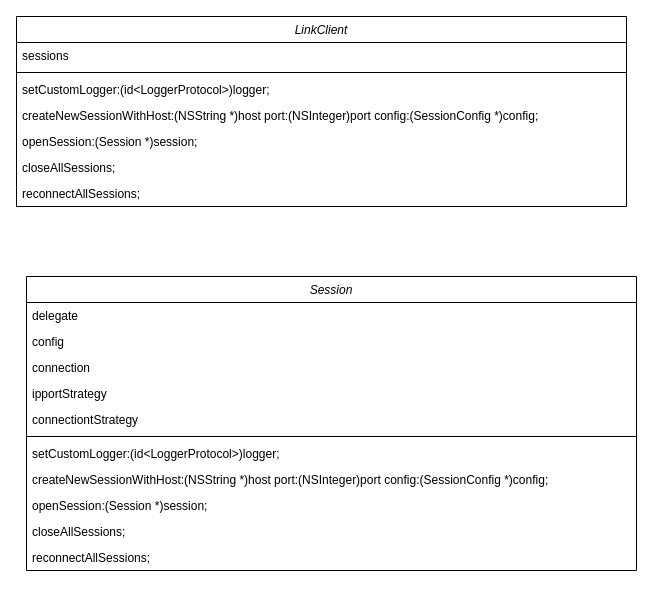
Above: Untitled Diagram.drawio in KyriosArk/mars (draw.io), before the change. Source tidied: cells renumbered, new cells numbered last; positions are measured from the earlier drawing's top-left corner, leaving out a move shared by most shapes. Both pictures are drawn from the tidied source at 100%, with x=0, y=0 at pixel (16, 16).
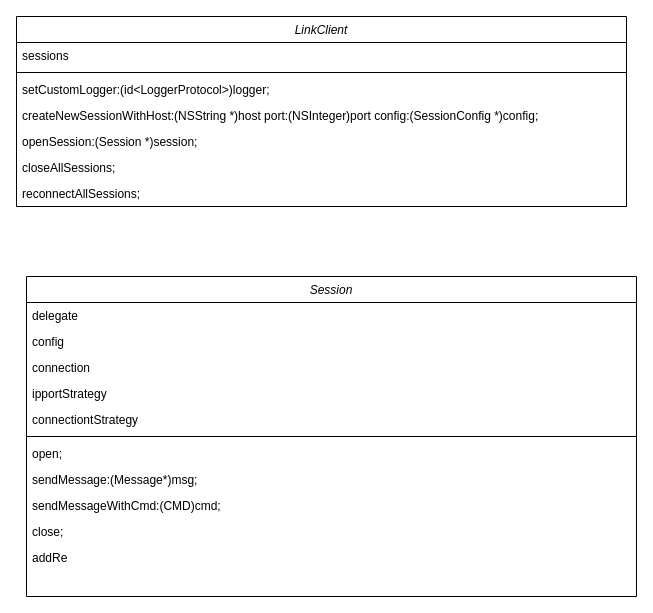
The same diagram, later.

The edit, as a diff of the source:
```diff
@@
     <mxCell id="10" value="Session" style="swimlane;fontStyle=2;align=center;verticalAlign=top;horizontal=1;startSize=26;rounded=0;shadow=0;strokeWidth=1;" parent="1" vertex="1">
-      <mxGeometry x="10" y="260" width="610" height="294" as="geometry" />
+      <mxGeometry x="10" y="260" width="610" height="320" as="geometry" />
     </mxCell>
@@
-    <mxCell id="17" value="setCustomLogger:(id&lt;LoggerProtocol&gt;)logger;" style="text;align=left;verticalAlign=top;spacingLeft=4;spacingRight=4;overflow=hidden;rounded=0;shadow=0;html=0;" parent="10" vertex="1">
+    <mxCell id="17" value="open;" style="text;align=left;verticalAlign=top;spacingLeft=4;spacingRight=4;overflow=hidden;rounded=0;shadow=0;html=0;" parent="10" vertex="1">
       <mxGeometry y="164" width="610" height="26" as="geometry" />
     </mxCell>
-    <mxCell id="18" value="createNewSessionWithHost:(NSString *)host port:(NSInteger)port config:(SessionConfig *)config;" style="text;align=left;verticalAlign=top;spacingLeft=4;spacingRight=4;overflow=hidden;rounded=0;shadow=0;html=0;" parent="10" vertex="1">
+    <mxCell id="18" value="sendMessage:(Message*)msg;" style="text;align=left;verticalAlign=top;spacingLeft=4;spacingRight=4;overflow=hidden;rounded=0;shadow=0;html=0;" parent="10" vertex="1">
       <mxGeometry y="190" width="610" height="26" as="geometry" />
     </mxCell>
-    <mxCell id="19" value="openSession:(Session *)session;" style="text;align=left;verticalAlign=top;spacingLeft=4;spacingRight=4;overflow=hidden;" parent="10" vertex="1">
+    <mxCell id="19" value="sendMessageWithCmd:(CMD)cmd;" style="text;align=left;verticalAlign=top;spacingLeft=4;spacingRight=4;overflow=hidden;" parent="10" vertex="1">
       <mxGeometry y="216" width="610" height="26" as="geometry" />
     </mxCell>
-    <mxCell id="20" value="closeAllSessions;" style="text;align=left;verticalAlign=top;spacingLeft=4;spacingRight=4;overflow=hidden;" parent="10" vertex="1">
+    <mxCell id="20" value="close;" style="text;align=left;verticalAlign=top;spacingLeft=4;spacingRight=4;overflow=hidden;" parent="10" vertex="1">
       <mxGeometry y="242" width="610" height="26" as="geometry" />
     </mxCell>
-    <mxCell id="21" value="reconnectAllSessions;" style="text;align=left;verticalAlign=top;spacingLeft=4;spacingRight=4;overflow=hidden;" parent="10" vertex="1">
+    <mxCell id="21" value="addRe" style="text;align=left;verticalAlign=top;spacingLeft=4;spacingRight=4;overflow=hidden;" parent="10" vertex="1">
       <mxGeometry y="268" width="610" height="26" as="geometry" />
     </mxCell>
```
